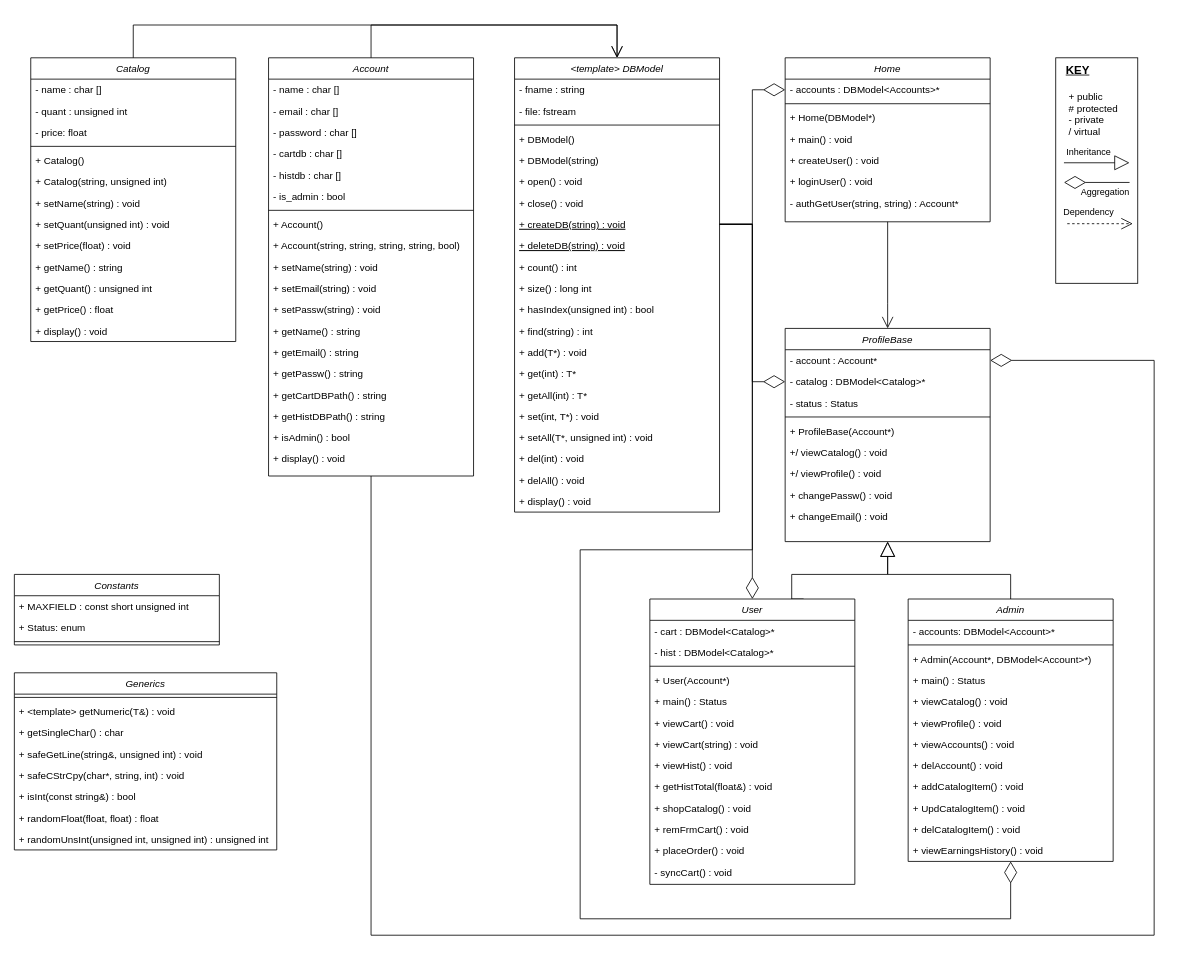
Before: UML.drawio in hansintheair/CSC_17B_Midterm, a draw.io diagram. Source tidied: cells renumbered, new cells numbered last; positions are measured from the earlier drawing's top-left corner, leaving out a move shared by most shapes. Both pictures are drawn from the tidied source at 82%, with x=0, y=0 at pixel (14, 25).
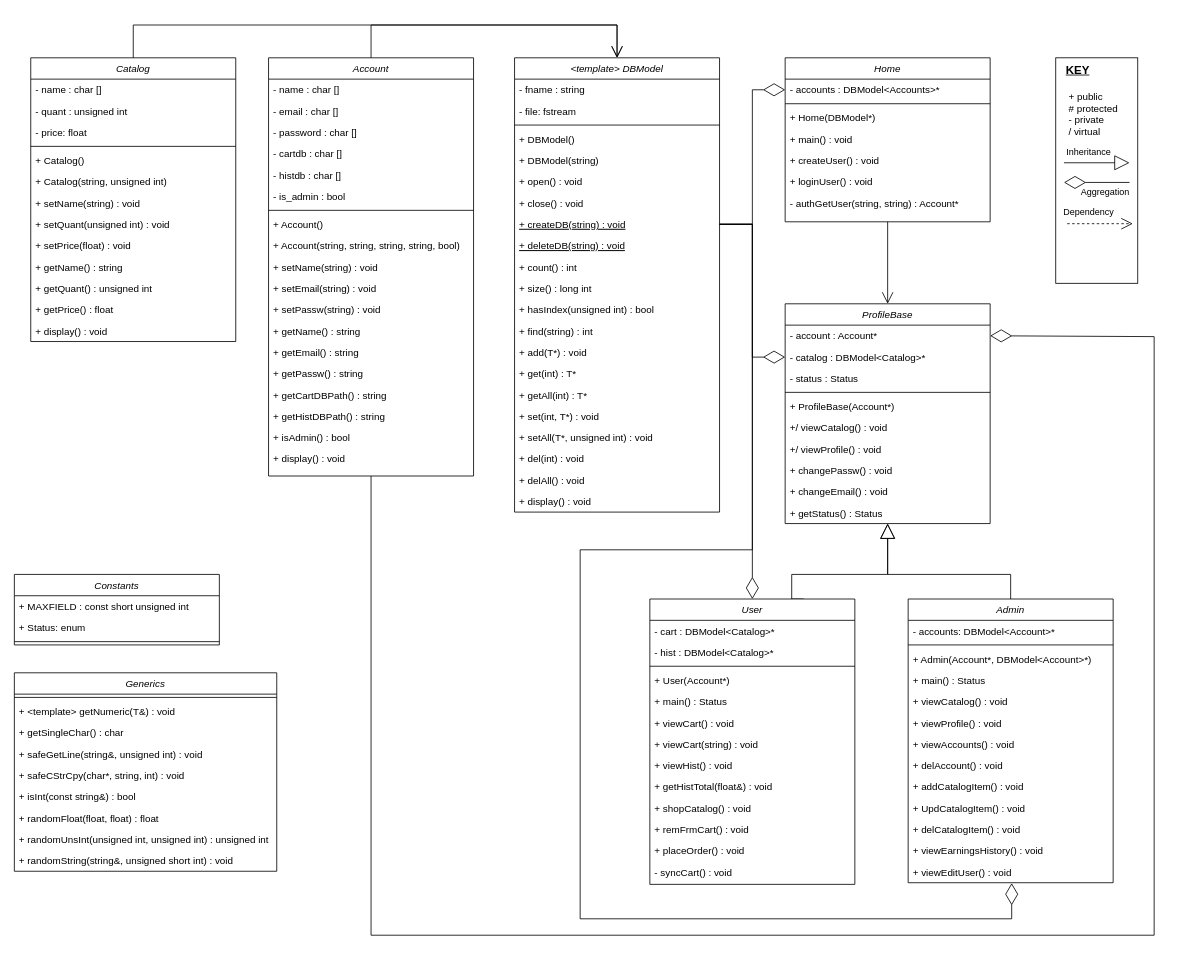
After the change.

The change refers to these unchanged cells:
```xml
<mxCell id="3" value="Account" style="swimlane;fontStyle=2;align=center;verticalAlign=top;horizontal=1;startSize=26;rounded=0;shadow=0;strokeWidth=1;" parent="1" vertex="1">
  <mxGeometry x="310" y="40" width="250" height="510" as="geometry" />
</mxCell>
<mxCell id="45" value="+ createDB(string) : void" style="text;align=left;verticalAlign=top;spacingLeft=4;spacingRight=4;overflow=hidden;points=[[0,0.5],[1,0.5]];portConstraint=eastwest;fontStyle=4;" parent="37" vertex="1">
  <mxGeometry y="190" width="250" height="26" as="geometry" />
</mxCell>
<mxCell id="87" value="+ viewEarningsHistory() : void" style="text;align=left;verticalAlign=top;spacingLeft=4;spacingRight=4;overflow=hidden;points=[[0,0.5],[1,0.5]];portConstraint=eastwest;" parent="75" vertex="1">
  <mxGeometry y="294" width="250" height="26" as="geometry" />
</mxCell>
<mxCell id="92" value="- account : Account*" style="text;align=left;verticalAlign=top;spacingLeft=4;spacingRight=4;overflow=hidden;points=[[0,0.5],[1,0.5]];portConstraint=eastwest;" parent="91" vertex="1">
  <mxGeometry y="26" width="250" height="26" as="geometry" />
</mxCell>
<mxCell id="93" value="- catalog : DBModel&lt;Catalog&gt;*" style="text;align=left;verticalAlign=top;spacingLeft=4;spacingRight=4;overflow=hidden;points=[[0,0.5],[1,0.5]];portConstraint=eastwest;" parent="91" vertex="1">
  <mxGeometry y="52" width="250" height="26" as="geometry" />
</mxCell>
```

Change to the diagram source:
```diff
@@
     <mxCell id="74" style="endArrow=diamondThin;endFill=0;endSize=24;html=1;rounded=0;edgeStyle=orthogonalEdgeStyle;exitX=1;exitY=0.5;exitDx=0;exitDy=0;entryX=0;entryY=0.5;entryDx=0;entryDy=0;" parent="1" edge="1" source="45" target="93">
       <mxGeometry x="-0.25" y="12" relative="1" as="geometry">
         <Array as="points">
           <mxPoint x="900" y="243" />
-          <mxPoint x="900" y="435" />
+          <mxPoint x="900" y="405" />
         </Array>
       </mxGeometry>
     </mxCell>
     <mxCell id="75" value="Admin" style="swimlane;fontStyle=2;align=center;verticalAlign=top;horizontal=1;startSize=26;rounded=0;shadow=0;strokeWidth=1;" parent="1" vertex="1">
-      <mxGeometry x="1090" y="700" width="250" height="320" as="geometry" />
+      <mxGeometry x="1090" y="700" width="250" height="346" as="geometry" />
     </mxCell>
@@
+    <mxCell id="131" value="+ viewEditUser() : void" style="text;align=left;verticalAlign=top;spacingLeft=4;spacingRight=4;overflow=hidden;points=[[0,0.5],[1,0.5]];portConstraint=eastwest;" parent="75" vertex="1">
+      <mxGeometry y="320" width="250" height="26" as="geometry" />
+    </mxCell>
@@
-    <mxCell id="90" style="endArrow=diamondThin;endFill=0;endSize=24;html=1;rounded=0;edgeStyle=orthogonalEdgeStyle;exitX=1;exitY=0.5;exitDx=0;exitDy=0;" parent="1" edge="1" source="45" target="87">
+    <mxCell id="90" style="endArrow=diamondThin;endFill=0;endSize=24;html=1;rounded=0;edgeStyle=orthogonalEdgeStyle;exitX=1;exitY=0.5;exitDx=0;exitDy=0;entryX=0.505;entryY=1.02;entryDx=0;entryDy=0;entryPerimeter=0;" parent="1" edge="1" source="45" target="131">
       <mxGeometry x="-0.25" y="12" relative="1" as="geometry">
         <Array as="points">
           <mxPoint x="900" y="243" />
           <mxPoint x="900" y="640" />
           <mxPoint x="690" y="640" />
           <mxPoint x="690" y="1090" />
-          <mxPoint x="1215" y="1090" />
+          <mxPoint x="1216" y="1090" />
         </Array>
       </mxGeometry>
     </mxCell>
     <mxCell id="91" value="ProfileBase" style="swimlane;fontStyle=2;align=center;verticalAlign=top;horizontal=1;startSize=26;rounded=0;shadow=0;strokeWidth=1;" parent="1" vertex="1">
-      <mxGeometry x="940" y="370" width="250" height="260" as="geometry" />
+      <mxGeometry x="940" y="340" width="250" height="268" as="geometry" />
     </mxCell>
@@
+    <mxCell id="132" value="+ getStatus() : Status" style="text;align=left;verticalAlign=top;spacingLeft=4;spacingRight=4;overflow=hidden;" parent="91" vertex="1">
+      <mxGeometry y="242" width="250" height="26" as="geometry" />
+    </mxCell>
@@
     <mxCell id="117" style="endArrow=diamondThin;endFill=0;endSize=24;html=1;rounded=0;edgeStyle=orthogonalEdgeStyle;entryX=1;entryY=0.5;entryDx=0;entryDy=0;exitX=0.5;exitY=1;exitDx=0;exitDy=0;" parent="1" edge="1" source="3" target="92">
       <mxGeometry x="-0.25" y="12" relative="1" as="geometry">
         <Array as="points">
           <mxPoint x="435" y="1110" />
           <mxPoint x="1390" y="1110" />
-          <mxPoint x="1390" y="409" />
+          <mxPoint x="1390" y="380" />
+          <mxPoint x="1190" y="380" />
         </Array>
       </mxGeometry>
     </mxCell>
@@
     <mxCell id="122" value="Generics" style="swimlane;fontStyle=2;align=center;verticalAlign=top;horizontal=1;startSize=26;rounded=0;shadow=0;strokeWidth=1;" parent="1" vertex="1">
-      <mxGeometry y="790" width="320" height="216" as="geometry" />
+      <mxGeometry y="790" width="320" height="242" as="geometry" />
     </mxCell>
@@
+    <mxCell id="133" value="+ randomString(string&amp;, unsigned short int) : void" style="text;align=left;verticalAlign=top;spacingLeft=4;spacingRight=4;overflow=hidden;" parent="122" vertex="1">
+      <mxGeometry y="216" width="320" height="26" as="geometry" />
+    </mxCell>
```
